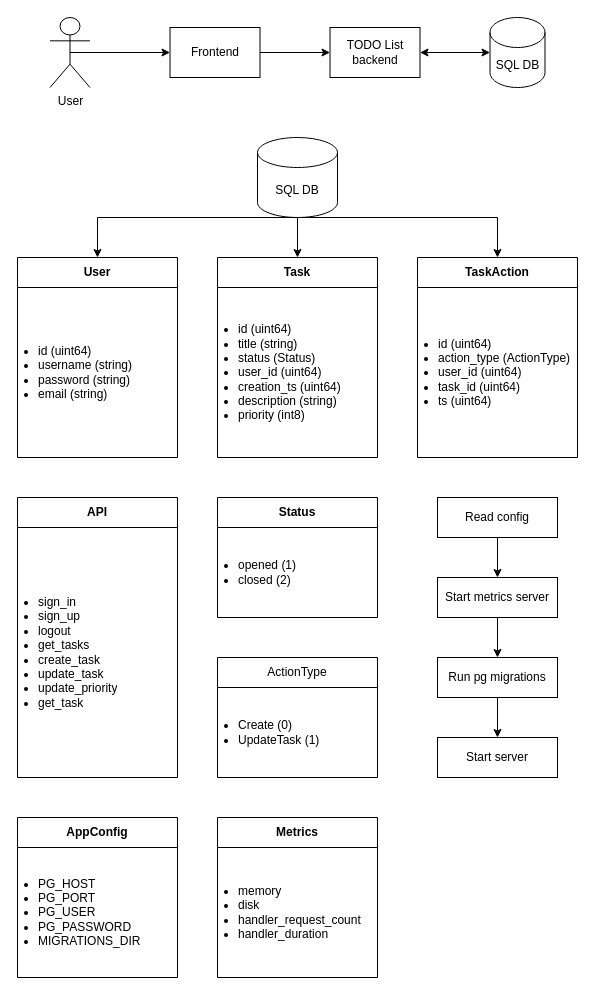
The draw.io diagram design/design.drawio in ypodlesov/todo_list_service, before the edit. Source tidied: cells renumbered, new cells numbered last; positions are measured from the earlier drawing's top-left corner, leaving out a move shared by most shapes. Both pictures are drawn from the tidied source at 100%, with x=0, y=0 at pixel (17, 17).
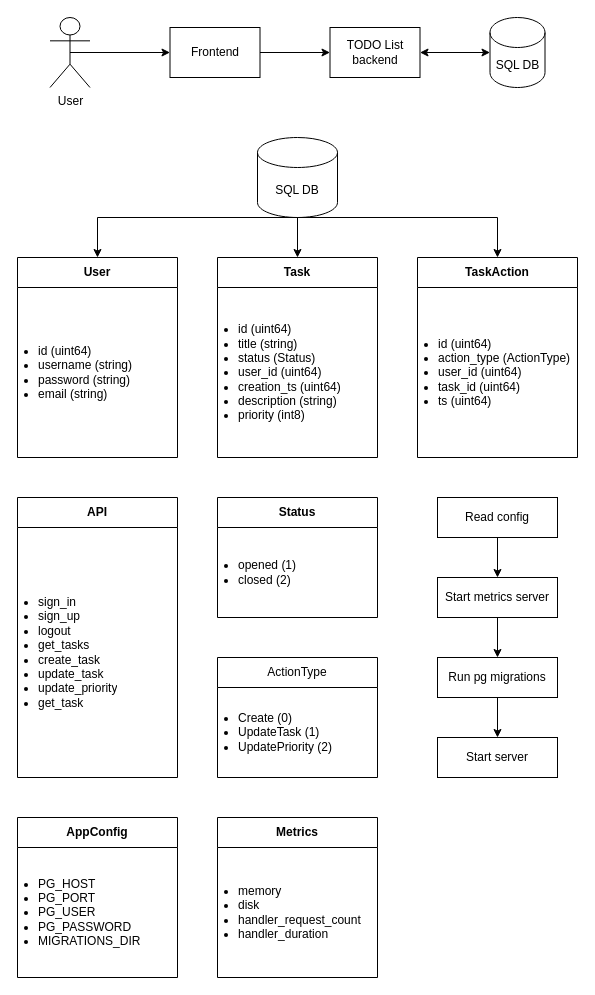
After the change.

Unchanged cells that the change refers to:
```xml
<mxCell id="23" value="&lt;span style=&quot;text-align: left;&quot;&gt;ActionType&lt;/span&gt;" style="swimlane;fontStyle=0;horizontal=1;startSize=30;whiteSpace=wrap;html=1;" parent="1" vertex="1">
  <mxGeometry x="200" y="640" width="160" height="120" as="geometry" />
</mxCell>
```

Change to the diagram source:
```diff
@@
-    <mxCell id="24" value="&lt;ul style=&quot;padding-left: 15px; padding-bottom: 0px;&quot;&gt;&lt;li&gt;Create (0)&lt;/li&gt;&lt;li&gt;UpdateTask (1)&lt;/li&gt;&lt;/ul&gt;" style="text;strokeColor=none;fillColor=none;align=left;verticalAlign=middle;spacingLeft=4;spacingRight=4;overflow=hidden;whiteSpace=wrap;html=1;spacing=2;" parent="23" vertex="1">
+    <mxCell id="24" value="&lt;ul style=&quot;padding-left: 15px; padding-bottom: 0px;&quot;&gt;&lt;li&gt;Create (0)&lt;/li&gt;&lt;li&gt;UpdateTask (1)&lt;/li&gt;&lt;li&gt;UpdatePriority (2)&lt;/li&gt;&lt;/ul&gt;" style="text;strokeColor=none;fillColor=none;align=left;verticalAlign=middle;spacingLeft=4;spacingRight=4;overflow=hidden;whiteSpace=wrap;html=1;spacing=2;" parent="23" vertex="1">
       <mxGeometry y="30" width="160" height="90" as="geometry" />
     </mxCell>
```
